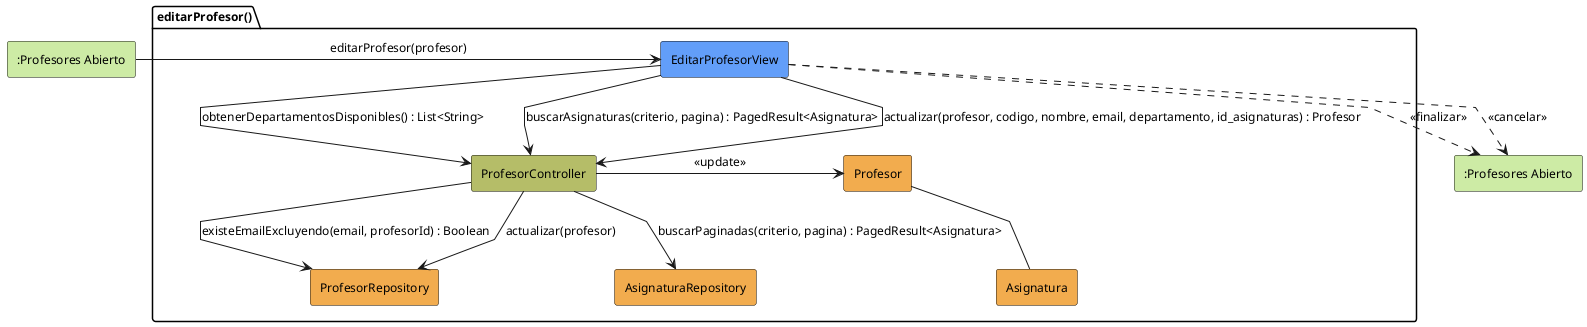
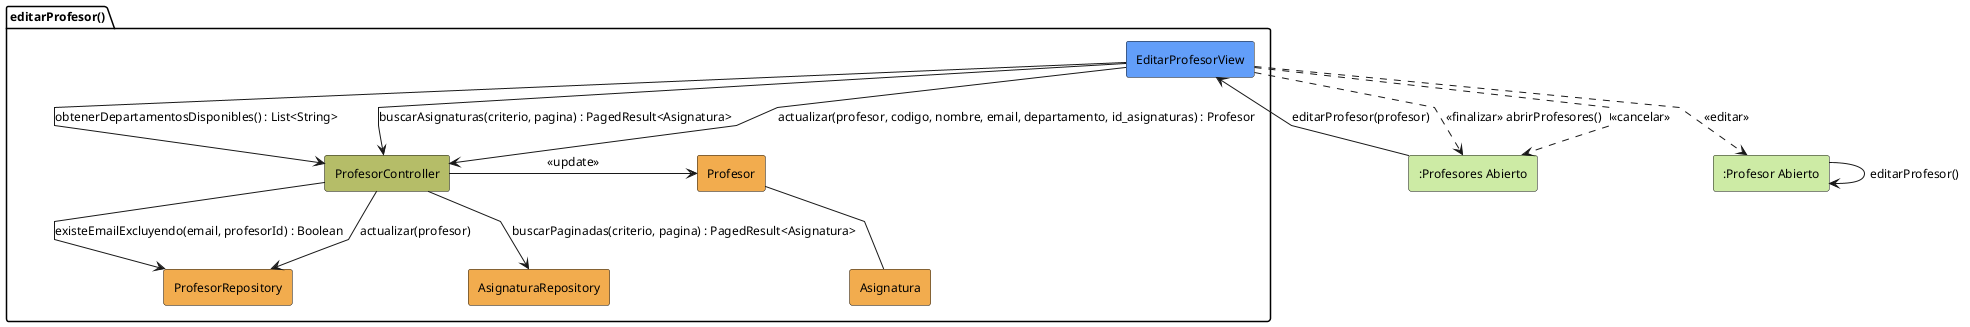
@startuml editarProfesor-analisis
skinparam backgroundColor white
skinparam shadowing false
skinparam DefaultFontColor black
skinparam DefaultFontSize 12
skinparam linetype polyline

rectangle #CDEBA5 ":Profesores Abierto" as ProfesoresAbierto
+ rectangle #CDEBA5 ":Profesor Abierto" as ProfesorAbierto

package editarProfesor as "editarProfesor()" {
    rectangle #629EF9 EditarProfesorView
    rectangle #b5bd68 ProfesorController
    rectangle #F2AC4E ProfesorRepository
    rectangle #F2AC4E AsignaturaRepository
    rectangle #F2AC4E Profesor
    rectangle #F2AC4E Asignatura
}
- 
- rectangle #CDEBA5 ":Profesores Abierto" as ProfesoresAbiertoSalida

ProfesoresAbierto -r-> EditarProfesorView: editarProfesor(profesor)

EditarProfesorView -d-> ProfesorController: obtenerDepartamentosDisponibles() : List<String>

EditarProfesorView -d-> ProfesorController: buscarAsignaturas(criterio, pagina) : PagedResult<Asignatura>
ProfesorController -d-> AsignaturaRepository: buscarPaginadas(criterio, pagina) : PagedResult<Asignatura>

EditarProfesorView -d-> ProfesorController: actualizar(profesor, codigo, nombre, email, departamento, id_asignaturas) : Profesor

ProfesorController -d-> ProfesorRepository: existeEmailExcluyendo(email, profesorId) : Boolean
ProfesorController -r-> Profesor: <<update>>
ProfesorController -d-> ProfesorRepository: actualizar(profesor)

Profesor -- Asignatura

- EditarProfesorView ..> ProfesoresAbiertoSalida: <<finalizar>>
- EditarProfesorView ..> ProfesoresAbiertoSalida: <<cancelar>>
+ EditarProfesorView ..> ProfesorAbierto: <<editar>>
+ ProfesorAbierto --> ProfesorAbierto: editarProfesor()
+ 
+ EditarProfesorView ..> ProfesoresAbierto: <<finalizar>> abrirProfesores()
+ EditarProfesorView ..> ProfesoresAbierto: <<cancelar>>

@enduml
